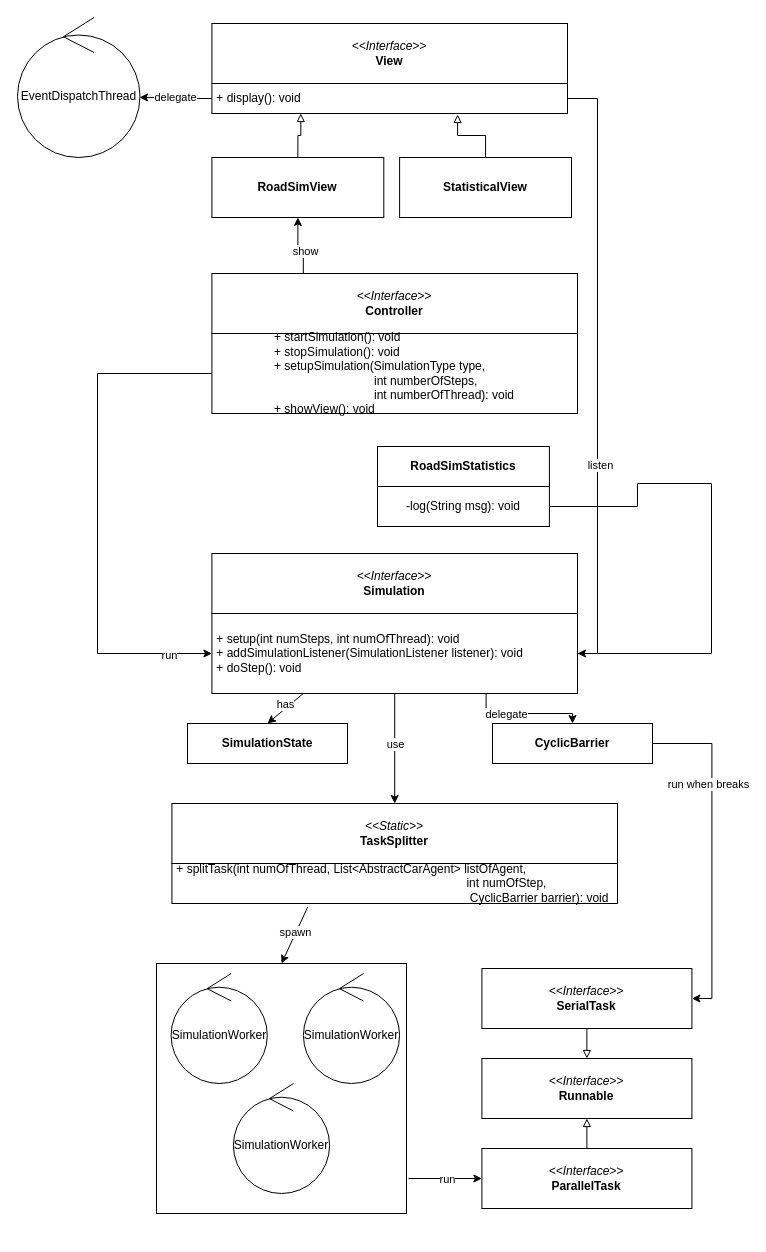
Earlier version of the draw.io diagram page "uml" (1 of 2) of PCD_ASS01.drawio (zucchero-sintattico/PCD-ASS02-23-24). Source tidied: cells renumbered, new cells numbered last; positions are measured from the earlier drawing's top-left corner, leaving out a move shared by most shapes. Both pictures are drawn from the tidied source at 100%, with x=0, y=0 at pixel (17, 17).
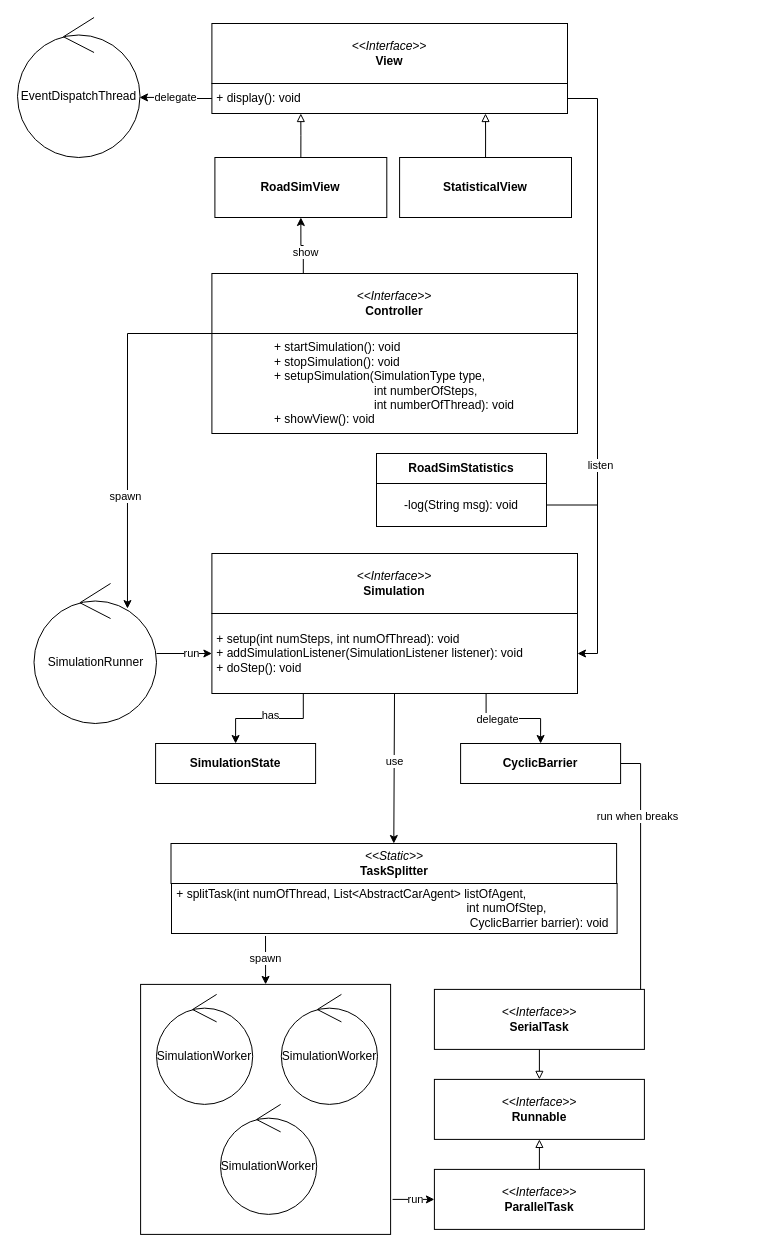
After the change.

The change refers to these unchanged cells:
```xml
<mxCell id="17" value="&lt;div style=&quot;&quot;&gt;&amp;nbsp;+ setup(int numSteps, int numOfThread): void&lt;br&gt;&lt;/div&gt;&lt;div style=&quot;&quot;&gt;&lt;div style=&quot;&quot;&gt;&amp;nbsp;+ addSimulationListener(SimulationListener listener): void&lt;/div&gt;&lt;div style=&quot;&quot;&gt;&lt;span style=&quot;background-color: initial;&quot;&gt;&amp;nbsp;+ doStep(): void&lt;/span&gt;&lt;br&gt;&lt;/div&gt;&lt;/div&gt;" style="rounded=0;whiteSpace=wrap;html=1;align=left;" parent="1" vertex="1">
  <mxGeometry x="194.4" y="596" width="365.6" height="80" as="geometry" />
</mxCell>
<mxCell id="33" value="&lt;div style=&quot;&quot;&gt;&amp;nbsp;+ display(): void&lt;/div&gt;" style="rounded=0;whiteSpace=wrap;html=1;align=left;" parent="1" vertex="1">
  <mxGeometry x="194.4" y="66" width="355.6" height="30" as="geometry" />
</mxCell>
<mxCell id="36" value="&lt;b&gt;StatisticalView&lt;/b&gt;" style="rounded=0;whiteSpace=wrap;html=1;" parent="1" vertex="1">
  <mxGeometry x="382.1" y="140" width="171.9" height="60" as="geometry" />
</mxCell>
```

Change to the diagram source:
```diff
@@
-    <mxCell id="5" style="edgeStyle=orthogonalEdgeStyle;rounded=0;jettySize=auto;html=1;entryX=0;entryY=0.5;entryDx=0;entryDy=0;exitX=0;exitY=0.5;exitDx=0;exitDy=0;" parent="1" edge="1" source="7" target="17">
+    <mxCell id="5" style="edgeStyle=orthogonalEdgeStyle;rounded=0;jettySize=auto;html=1;exitX=0;exitY=0.5;exitDx=0;exitDy=0;entryX=0.763;entryY=0.179;entryDx=0;entryDy=0;entryPerimeter=0;" parent="1" edge="1" target="53">
       <mxGeometry relative="1" as="geometry">
+        <mxPoint x="271.4" y="316" as="sourcePoint" />
         <Array as="points">
-          <mxPoint x="80" y="356" />
-          <mxPoint x="80" y="636" />
+          <mxPoint x="110" y="316" />
         </Array>
       </mxGeometry>
     </mxCell>
-    <mxCell id="6" value="run" style="edgeLabel;html=1;align=center;verticalAlign=middle;" parent="5" vertex="1">
-      <mxGeometry x="0.83" y="-1" relative="1" as="geometry" />
+    <mxCell id="6" value="spawn" style="edgeLabel;html=1;align=center;verticalAlign=middle;" parent="5" vertex="1">
+      <mxGeometry x="0.83" y="-1" relative="1" as="geometry">
+        <mxPoint x="-1" y="-75" as="offset" />
+      </mxGeometry>
     </mxCell>
     <mxCell id="7" value="&lt;div style=&quot;text-align: left;&quot;&gt;+ startSimulation(): void&lt;/div&gt;&lt;div style=&quot;text-align: left;&quot;&gt;+ s&lt;span style=&quot;background-color: initial;&quot;&gt;topSimulation(): void&lt;/span&gt;&lt;/div&gt;&lt;div style=&quot;text-align: left;&quot;&gt;&lt;span style=&quot;background-color: initial;&quot;&gt;+ setupSimulation(SimulationType type,&lt;/span&gt;&lt;/div&gt;&lt;div style=&quot;text-align: left;&quot;&gt;&lt;span style=&quot;background-color: initial;&quot;&gt;&lt;span style=&quot;white-space: pre;&quot;&gt;&#9;&lt;/span&gt;&lt;span style=&quot;white-space: pre;&quot;&gt;&#9;&lt;/span&gt;&lt;span style=&quot;white-space: pre;&quot;&gt;&#9;     &lt;/span&gt;&amp;nbsp;int numberOfSteps,&lt;/span&gt;&lt;/div&gt;&lt;div style=&quot;text-align: left;&quot;&gt;&lt;span style=&quot;background-color: initial;&quot;&gt;&amp;nbsp; &amp;nbsp; &amp;nbsp; &amp;nbsp; &lt;span style=&quot;white-space: pre;&quot;&gt;&#9;&lt;/span&gt;&lt;span style=&quot;white-space: pre;&quot;&gt;&#9;     &lt;/span&gt;&amp;nbsp;int numberOfThread): void&lt;/span&gt;&lt;/div&gt;&lt;div style=&quot;text-align: left;&quot;&gt;&lt;span style=&quot;background-color: initial;&quot;&gt;+ showView(): void&lt;/span&gt;&lt;/div&gt;" style="rounded=0;whiteSpace=wrap;html=1;" parent="1" vertex="1">
-      <mxGeometry x="194.4" y="316" width="365.6" height="80" as="geometry" />
+      <mxGeometry x="194.4" y="316" width="365.6" height="100" as="geometry" />
     </mxCell>
@@
-    <mxCell id="11" style="rounded=0;jettySize=auto;html=1;exitX=0.25;exitY=1;exitDx=0;exitDy=0;entryX=0.5;entryY=0;entryDx=0;entryDy=0;" parent="1" edge="1" source="17" target="29">
+    <mxCell id="11" style="rounded=0;jettySize=auto;html=1;exitX=0.25;exitY=1;exitDx=0;exitDy=0;entryX=0.5;entryY=0;entryDx=0;entryDy=0;edgeStyle=orthogonalEdgeStyle;" parent="1" edge="1" source="17" target="29">
       <mxGeometry relative="1" as="geometry" />
     </mxCell>
@@
     <mxCell id="18" value="&lt;i&gt;&amp;lt;&amp;lt;Static&amp;gt;&amp;gt;&lt;/i&gt;&lt;div&gt;&lt;b&gt;TaskSplitter&lt;/b&gt;&lt;/div&gt;" style="rounded=0;whiteSpace=wrap;html=1;" parent="1" vertex="1">
-      <mxGeometry x="154.4" y="786" width="445.6" height="60" as="geometry" />
+      <mxGeometry x="153.5" y="826" width="445.6" height="40" as="geometry" />
     </mxCell>
     <mxCell id="19" value="&lt;div style=&quot;&quot;&gt;&amp;nbsp;+ splitTask(&lt;span style=&quot;background-color: initial;&quot;&gt;int numOfThread, List&amp;lt;AbstractCarAgent&amp;gt; listOfAgent,&lt;/span&gt;&lt;/div&gt;&lt;div style=&quot;&quot;&gt;&lt;span style=&quot;background-color: initial;&quot;&gt;&lt;span style=&quot;white-space: pre;&quot;&gt;&#9;&lt;/span&gt;&lt;span style=&quot;white-space: pre;&quot;&gt;&#9;&lt;/span&gt;&lt;span style=&quot;white-space: pre;&quot;&gt;&#9;&lt;/span&gt;&lt;span style=&quot;white-space: pre;&quot;&gt;&#9;&lt;/span&gt;&lt;span style=&quot;white-space: pre;&quot;&gt;&#9;&lt;/span&gt;&lt;span style=&quot;white-space: pre;&quot;&gt;&#9;&lt;/span&gt;&lt;span style=&quot;white-space: pre;&quot;&gt;&#9;&lt;/span&gt;&lt;span style=&quot;white-space: pre;&quot;&gt;&#9;&lt;/span&gt;&lt;span style=&quot;white-space: pre;&quot;&gt;&#9;&lt;/span&gt;&lt;span style=&quot;white-space: pre;&quot;&gt;&#9;       &lt;/span&gt;&amp;nbsp;int numOfStep,&lt;/span&gt;&lt;/div&gt;&lt;div style=&quot;&quot;&gt;&lt;span style=&quot;background-color: initial;&quot;&gt;&lt;span style=&quot;white-space: pre;&quot;&gt;&#9;&lt;/span&gt;&lt;span style=&quot;white-space: pre;&quot;&gt;&#9;&lt;/span&gt;&lt;span style=&quot;white-space: pre;&quot;&gt;&#9;&lt;/span&gt;&lt;span style=&quot;white-space: pre;&quot;&gt;&#9;&lt;/span&gt;&lt;span style=&quot;white-space: pre;&quot;&gt;&#9;&lt;/span&gt;&lt;span style=&quot;white-space: pre;&quot;&gt;&#9;&lt;/span&gt;&lt;span style=&quot;white-space: pre;&quot;&gt;&#9;&lt;/span&gt;&lt;span style=&quot;white-space: pre;&quot;&gt;&#9;&lt;/span&gt;&lt;span style=&quot;white-space: pre;&quot;&gt;&#9;&lt;/span&gt;&lt;span style=&quot;white-space: pre;&quot;&gt;&#9;        &lt;/span&gt;&amp;nbsp;&lt;/span&gt;&lt;span style=&quot;background-color: initial;&quot;&gt;CyclicBarrier barrier&lt;/span&gt;): void&lt;/div&gt;" style="rounded=0;whiteSpace=wrap;html=1;align=left;" parent="1" vertex="1">
-      <mxGeometry x="154.4" y="846" width="445.6" height="40" as="geometry" />
+      <mxGeometry x="154" y="866" width="445.6" height="50" as="geometry" />
     </mxCell>
-    <mxCell id="20" style="rounded=0;jettySize=auto;html=1;exitX=0.305;exitY=1.084;exitDx=0;exitDy=0;entryX=0.5;entryY=0;entryDx=0;entryDy=0;exitPerimeter=0;" parent="1" edge="1" source="19" target="25">
+    <mxCell id="20" style="rounded=0;jettySize=auto;html=1;exitX=0.211;exitY=1.05;exitDx=0;exitDy=0;entryX=0.5;entryY=0;entryDx=0;entryDy=0;exitPerimeter=0;" parent="1" edge="1" source="19" target="25">
       <mxGeometry relative="1" as="geometry" />
     </mxCell>
@@
     <mxCell id="25" style="whiteSpace=wrap;html=1;" parent="1" vertex="1">
-      <mxGeometry x="139" y="946" width="250" height="250" as="geometry" />
+      <mxGeometry x="123.1" y="966.9" width="250" height="250" as="geometry" />
     </mxCell>
     <mxCell id="26" value="SimulationWorker" style="ellipse;shape=umlControl;whiteSpace=wrap;html=1;" parent="1" vertex="1">
-      <mxGeometry x="153.6" y="956" width="96.2" height="110" as="geometry" />
+      <mxGeometry x="139" y="976.9" width="96.2" height="110" as="geometry" />
     </mxCell>
     <mxCell id="27" value="SimulationWorker" style="ellipse;shape=umlControl;whiteSpace=wrap;html=1;" parent="1" vertex="1">
-      <mxGeometry x="285.9" y="956" width="96.2" height="110" as="geometry" />
+      <mxGeometry x="263.8" y="976.9" width="96.2" height="110" as="geometry" />
     </mxCell>
     <mxCell id="28" value="SimulationWorker" style="ellipse;shape=umlControl;whiteSpace=wrap;html=1;" parent="1" vertex="1">
-      <mxGeometry x="215.9" y="1066" width="96.2" height="110" as="geometry" />
+      <mxGeometry x="203" y="1086.9" width="96.2" height="110" as="geometry" />
     </mxCell>
     <mxCell id="29" value="&lt;div&gt;&lt;b&gt;SimulationState&lt;/b&gt;&lt;/div&gt;" style="rounded=0;whiteSpace=wrap;html=1;" parent="1" vertex="1">
-      <mxGeometry x="170" y="706" width="160" height="40" as="geometry" />
+      <mxGeometry x="138.1" y="726" width="160" height="40" as="geometry" />
     </mxCell>
@@
     <mxCell id="35" value="&lt;b&gt;RoadSimView&lt;/b&gt;" style="rounded=0;whiteSpace=wrap;html=1;" parent="1" vertex="1">
-      <mxGeometry x="194.4" y="140" width="171.9" height="60" as="geometry" />
+      <mxGeometry x="197.4" y="140" width="171.9" height="60" as="geometry" />
     </mxCell>
@@
-    <mxCell id="37" style="edgeStyle=orthogonalEdgeStyle;rounded=0;jettySize=auto;html=1;exitX=0.5;exitY=0;exitDx=0;exitDy=0;entryX=0.691;entryY=1.033;entryDx=0;entryDy=0;endArrow=block;endFill=0;entryPerimeter=0;" parent="1" edge="1" source="36" target="33">
-      <mxGeometry relative="1" as="geometry" />
+    <mxCell id="37" style="edgeStyle=orthogonalEdgeStyle;rounded=0;jettySize=auto;html=1;exitX=0.5;exitY=0;exitDx=0;exitDy=0;endArrow=block;endFill=0;" parent="1" edge="1" source="36">
+      <mxGeometry relative="1" as="geometry">
+        <mxPoint x="468" y="96" as="targetPoint" />
+      </mxGeometry>
     </mxCell>
-    <mxCell id="38" style="edgeStyle=orthogonalEdgeStyle;rounded=0;jettySize=auto;html=1;endArrow=none;endFill=0;entryX=1;entryY=0.5;entryDx=0;entryDy=0;exitX=1;exitY=0.5;exitDx=0;exitDy=0;" parent="1" edge="1" source="40" target="17">
-      <mxGeometry relative="1" as="geometry">
-        <Array as="points">
-          <mxPoint x="620" y="466" />
-          <mxPoint x="694" y="466" />
-          <mxPoint x="694" y="636" />
-        </Array>
-      </mxGeometry>
-    </mxCell>
-    <mxCell id="39" value="&lt;b&gt;RoadSimStatistics&lt;/b&gt;" style="rounded=0;whiteSpace=wrap;html=1;" parent="1" vertex="1">
-      <mxGeometry x="360" y="429" width="171.9" height="40" as="geometry" />
-    </mxCell>
+    <mxCell id="50" style="edgeStyle=orthogonalEdgeStyle;rounded=0;jettySize=auto;html=1;endArrow=none;endFill=0;" parent="1" edge="1" source="40">
+      <mxGeometry relative="1" as="geometry">
+        <mxPoint x="580" y="487.5" as="targetPoint" />
+      </mxGeometry>
+    </mxCell>
     <mxCell id="40" value="-log(String msg): void" style="rounded=0;whiteSpace=wrap;html=1;" parent="1" vertex="1">
-      <mxGeometry x="360" y="469" width="171.9" height="40" as="geometry" />
+      <mxGeometry x="359" y="466" width="170" height="43" as="geometry" />
     </mxCell>
@@
     <mxCell id="45" value="&lt;i&gt;&amp;lt;&amp;lt;Interface&amp;gt;&amp;gt;&lt;/i&gt;&lt;div&gt;&lt;b&gt;ParallelTask&lt;/b&gt;&lt;/div&gt;" style="rounded=0;whiteSpace=wrap;html=1;" parent="1" vertex="1">
-      <mxGeometry x="464.4" y="1131" width="210" height="60" as="geometry" />
+      <mxGeometry x="416.9" y="1151.9" width="210" height="60" as="geometry" />
     </mxCell>
     <mxCell id="46" value="&lt;i&gt;&amp;lt;&amp;lt;Interface&amp;gt;&amp;gt;&lt;/i&gt;&lt;div&gt;&lt;b&gt;Runnable&lt;/b&gt;&lt;/div&gt;" style="rounded=0;whiteSpace=wrap;html=1;" parent="1" vertex="1">
-      <mxGeometry x="464.4" y="1041" width="210" height="60" as="geometry" />
+      <mxGeometry x="416.9" y="1061.9" width="210" height="60" as="geometry" />
     </mxCell>
@@
     <mxCell id="48" value="&lt;i&gt;&amp;lt;&amp;lt;Interface&amp;gt;&amp;gt;&lt;/i&gt;&lt;div&gt;&lt;b&gt;SerialTask&lt;/b&gt;&lt;/div&gt;" style="rounded=0;whiteSpace=wrap;html=1;" parent="1" vertex="1">
-      <mxGeometry x="464.4" y="951" width="210" height="60" as="geometry" />
+      <mxGeometry x="416.9" y="971.9" width="210" height="60" as="geometry" />
     </mxCell>
     <mxCell id="49" value="&lt;div&gt;&lt;b&gt;CyclicBarrier&lt;/b&gt;&lt;/div&gt;" style="rounded=0;whiteSpace=wrap;html=1;" parent="1" vertex="1">
-      <mxGeometry x="475" y="706" width="160" height="40" as="geometry" />
+      <mxGeometry x="443.1" y="726" width="160" height="40" as="geometry" />
     </mxCell>
+    <mxCell id="51" style="edgeStyle=orthogonalEdgeStyle;rounded=0;jettySize=auto;html=1;entryX=0;entryY=0.5;entryDx=0;entryDy=0;" parent="1" edge="1" source="53" target="17">
+      <mxGeometry relative="1" as="geometry" />
+    </mxCell>
+    <mxCell id="52" value="run" style="edgeLabel;html=1;align=center;verticalAlign=middle;" parent="51" vertex="1">
+      <mxGeometry x="0.21" y="1" relative="1" as="geometry" />
+    </mxCell>
+    <mxCell id="53" value="SimulationRunner" style="ellipse;shape=umlControl;whiteSpace=wrap;html=1;" parent="1" vertex="1">
+      <mxGeometry x="16.5" y="566" width="122.5" height="140" as="geometry" />
+    </mxCell>
+    <mxCell id="39" value="&lt;b&gt;RoadSimStatistics&lt;/b&gt;" style="rounded=0;whiteSpace=wrap;html=1;" parent="1" vertex="1">
+      <mxGeometry x="359" y="436" width="170" height="30" as="geometry" />
+    </mxCell>
```
